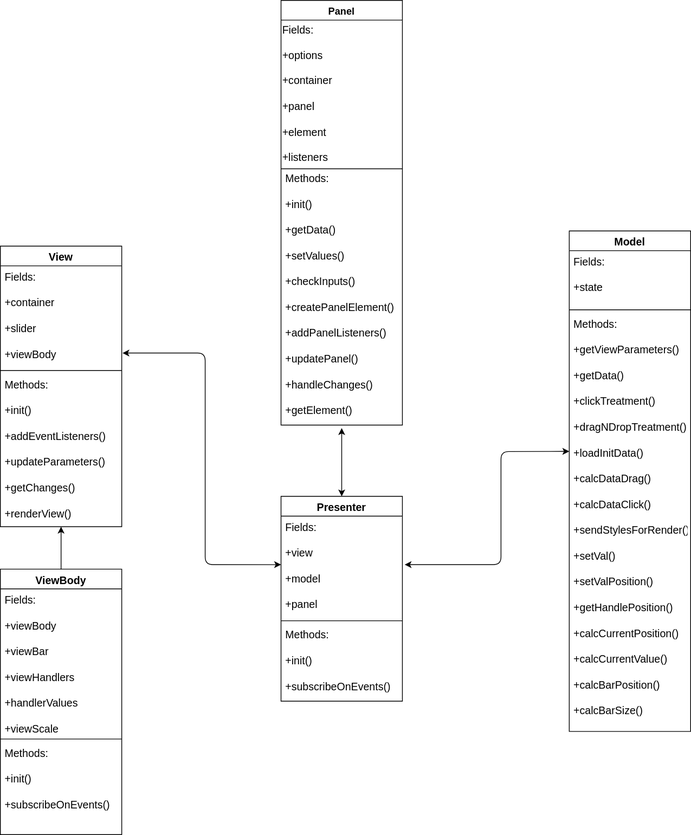
Above: source/Untitled Diagram.svg in shimonevt/FSD-Project-2 (draw.io), before the change. Source tidied: cells renumbered, new cells last; positions are measured from the earlier drawing's top-left corner, leaving out a move shared by most shapes.
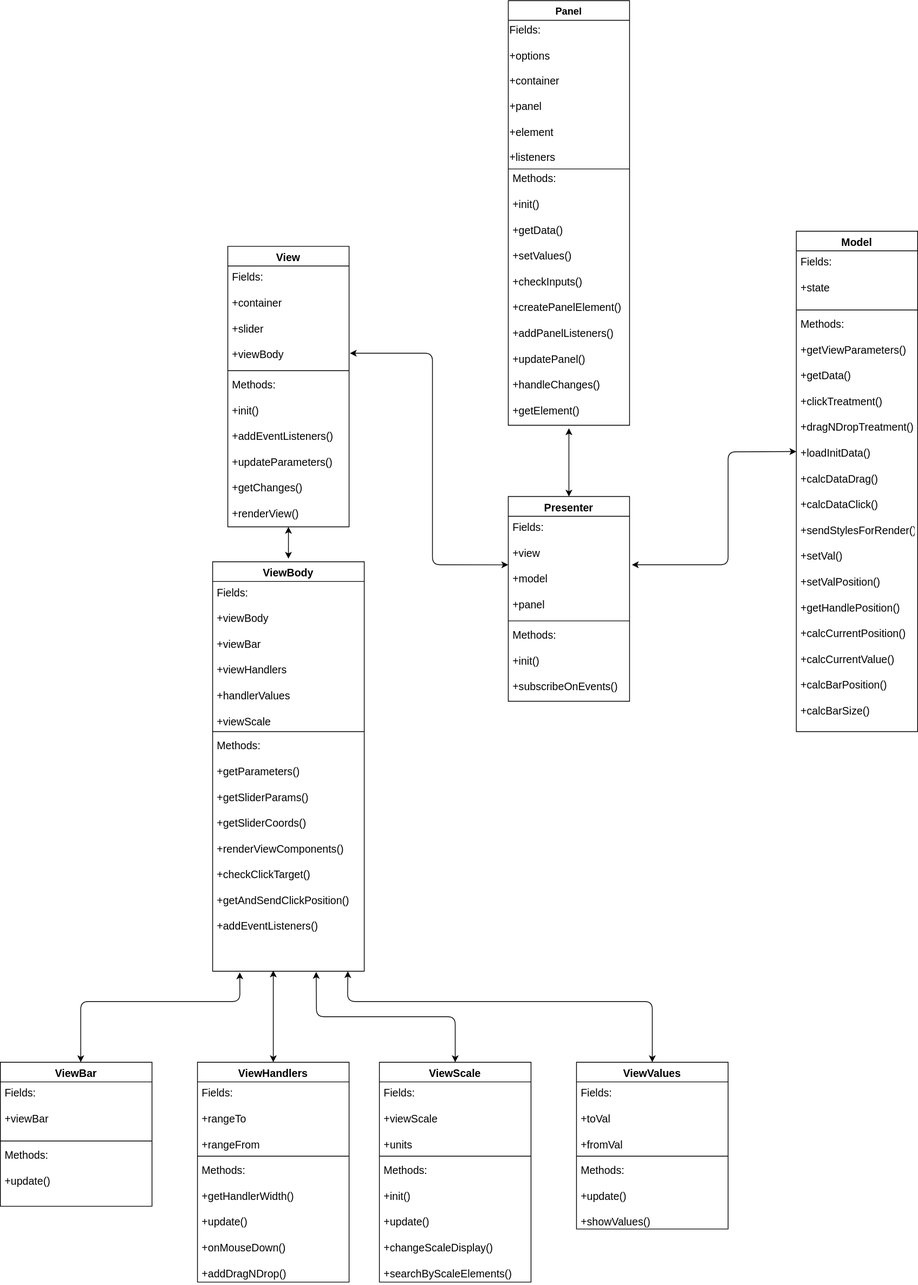
The same diagram one commit later.

Change to the diagram source:
```diff
@@ -78,21 +78,96 @@
     </mxCell>
     <mxCell id="21" style="endArrow=classic;startArrow=classic;html=1;fontSize=14;" parent="1" edge="1">
       <mxGeometry relative="1" as="geometry">
-        <mxPoint x="80" y="760" as="sourcePoint" />
+        <mxPoint x="80" y="736" as="sourcePoint" />
         <mxPoint x="80" y="694" as="targetPoint" />
       </mxGeometry>
     </mxCell>
     <mxCell id="22" value="ViewBody" style="swimlane;fontStyle=1;align=center;verticalAlign=top;horizontal=1;startSize=26;rounded=0;shadow=0;strokeWidth=1;fontSize=14;" parent="1" vertex="1">
-      <mxGeometry y="750" width="160" height="350" as="geometry" />
+      <mxGeometry x="-20" y="740" width="200" height="540" as="geometry" />
     </mxCell>
     <mxCell id="23" value="Fields:&#10;&#10;+viewBody&#10;&#10;+viewBar&#10;&#10;+viewHandlers&#10;&#10;+handlerValues&#10;&#10;+viewScale" style="text;align=left;verticalAlign=top;spacingLeft=4;spacingRight=4;overflow=hidden;fontSize=14;" parent="22" vertex="1">
-      <mxGeometry y="26" width="160" height="194" as="geometry" />
+      <mxGeometry y="26" width="200" height="194" as="geometry" />
     </mxCell>
     <mxCell id="24" style="line;html=1;strokeWidth=1;align=left;verticalAlign=middle;spacingTop=-1;spacingLeft=3;spacingRight=3;labelPosition=right;" parent="22" vertex="1">
-      <mxGeometry y="220" width="160" height="8" as="geometry" />
+      <mxGeometry y="220" width="200" height="8" as="geometry" />
     </mxCell>
-    <mxCell id="25" value="Methods:&#10;&#10;+init()&#10;&#10;+subscribeOnEvents()" style="text;align=left;verticalAlign=top;spacingLeft=4;spacingRight=4;overflow=hidden;points=[[0,0.5],[1,0.5]];portConstraint=eastwest;fontSize=14;" parent="22" vertex="1">
-      <mxGeometry y="228" width="160" height="102" as="geometry" />
+    <mxCell id="25" value="Methods:&#10;&#10;+getParameters()&#10;&#10;+getSliderParams()&#10;&#10;+getSliderCoords()&#10;&#10;+renderViewComponents()&#10;&#10;+checkClickTarget()&#10;&#10;+getAndSendClickPosition()&#10;&#10;+addEventListeners()" style="text;align=left;verticalAlign=top;spacingLeft=4;spacingRight=4;overflow=hidden;points=[[0,0.5],[1,0.5]];portConstraint=eastwest;fontSize=14;" parent="22" vertex="1">
+      <mxGeometry y="228" width="200" height="312" as="geometry" />
     </mxCell>
+    <mxCell id="26" value="ViewBar" style="swimlane;fontStyle=1;align=center;verticalAlign=top;horizontal=1;startSize=26;rounded=0;shadow=0;strokeWidth=1;fontSize=14;" parent="1" vertex="1">
+      <mxGeometry x="-300" y="1400" width="200" height="190" as="geometry" />
+    </mxCell>
+    <mxCell id="27" value="Fields:&#10;&#10;+viewBar&#10;" style="text;align=left;verticalAlign=top;spacingLeft=4;spacingRight=4;overflow=hidden;fontSize=14;" parent="26" vertex="1">
+      <mxGeometry y="26" width="200" height="74" as="geometry" />
+    </mxCell>
+    <mxCell id="28" style="line;html=1;strokeWidth=1;align=left;verticalAlign=middle;spacingTop=-1;spacingLeft=3;spacingRight=3;labelPosition=right;" parent="26" vertex="1">
+      <mxGeometry y="100" width="200" height="8" as="geometry" />
+    </mxCell>
+    <mxCell id="29" value="Methods:&#10;&#10;+update()&#10;" style="text;align=left;verticalAlign=top;spacingLeft=4;spacingRight=4;overflow=hidden;fontSize=14;" parent="26" vertex="1">
+      <mxGeometry y="108" width="200" height="82" as="geometry" />
+    </mxCell>
+    <mxCell id="30" style="endArrow=classic;startArrow=classic;html=1;fontSize=14;entryX=0.179;entryY=1.005;entryDx=0;entryDy=0;entryPerimeter=0;exitX=0.53;exitY=0;exitDx=0;exitDy=0;exitPerimeter=0;" parent="1" edge="1" source="26" target="25">
+      <mxGeometry relative="1" as="geometry">
+        <Array as="points">
+          <mxPoint x="-194" y="1320" />
+          <mxPoint x="16" y="1320" />
+        </Array>
+      </mxGeometry>
+    </mxCell>
+    <mxCell id="31" value="ViewHandlers" style="swimlane;fontStyle=1;align=center;verticalAlign=top;horizontal=1;startSize=26;rounded=0;shadow=0;strokeWidth=1;fontSize=14;" parent="1" vertex="1">
+      <mxGeometry x="-40" y="1400" width="200" height="290" as="geometry" />
+    </mxCell>
+    <mxCell id="32" value="Fields:&#10;&#10;+rangeTo&#10;&#10;+rangeFrom&#10;" style="text;align=left;verticalAlign=top;spacingLeft=4;spacingRight=4;overflow=hidden;fontSize=14;" parent="31" vertex="1">
+      <mxGeometry y="26" width="200" height="94" as="geometry" />
+    </mxCell>
+    <mxCell id="33" style="line;html=1;strokeWidth=1;align=left;verticalAlign=middle;spacingTop=-1;spacingLeft=3;spacingRight=3;labelPosition=right;" parent="31" vertex="1">
+      <mxGeometry y="120" width="200" height="8" as="geometry" />
+    </mxCell>
+    <mxCell id="34" value="Methods:&#10;&#10;+getHandlerWidth()&#10;&#10;+update()&#10;&#10;+onMouseDown()&#10;&#10;+addDragNDrop()&#10;" style="text;align=left;verticalAlign=top;spacingLeft=4;spacingRight=4;overflow=hidden;fontSize=14;" parent="31" vertex="1">
+      <mxGeometry y="128" width="200" height="162" as="geometry" />
+    </mxCell>
+    <mxCell id="35" value="ViewScale" style="swimlane;fontStyle=1;align=center;verticalAlign=top;horizontal=1;startSize=26;rounded=0;shadow=0;strokeWidth=1;fontSize=14;" parent="1" vertex="1">
+      <mxGeometry x="200" y="1400" width="200" height="290" as="geometry" />
+    </mxCell>
+    <mxCell id="36" value="Fields:&#10;&#10;+viewScale&#10;&#10;+units&#10;" style="text;align=left;verticalAlign=top;spacingLeft=4;spacingRight=4;overflow=hidden;fontSize=14;" parent="35" vertex="1">
+      <mxGeometry y="26" width="200" height="94" as="geometry" />
+    </mxCell>
+    <mxCell id="37" style="line;html=1;strokeWidth=1;align=left;verticalAlign=middle;spacingTop=-1;spacingLeft=3;spacingRight=3;labelPosition=right;" parent="35" vertex="1">
+      <mxGeometry y="120" width="200" height="8" as="geometry" />
+    </mxCell>
+    <mxCell id="38" value="Methods:&#10;&#10;+init()&#10;&#10;+update()&#10;&#10;+changeScaleDisplay()&#10;&#10;+searchByScaleElements()&#10;" style="text;align=left;verticalAlign=top;spacingLeft=4;spacingRight=4;overflow=hidden;fontSize=14;" parent="35" vertex="1">
+      <mxGeometry y="128" width="200" height="162" as="geometry" />
+    </mxCell>
+    <mxCell id="39" value="ViewValues" style="swimlane;fontStyle=1;align=center;verticalAlign=top;horizontal=1;startSize=26;rounded=0;shadow=0;strokeWidth=1;fontSize=14;" parent="1" vertex="1">
+      <mxGeometry x="460" y="1400" width="200" height="220" as="geometry" />
+    </mxCell>
+    <mxCell id="40" value="Fields:&#10;&#10;+toVal&#10;&#10;+fromVal&#10;" style="text;align=left;verticalAlign=top;spacingLeft=4;spacingRight=4;overflow=hidden;fontSize=14;" parent="39" vertex="1">
+      <mxGeometry y="26" width="200" height="94" as="geometry" />
+    </mxCell>
+    <mxCell id="41" style="line;html=1;strokeWidth=1;align=left;verticalAlign=middle;spacingTop=-1;spacingLeft=3;spacingRight=3;labelPosition=right;" parent="39" vertex="1">
+      <mxGeometry y="120" width="200" height="8" as="geometry" />
+    </mxCell>
+    <mxCell id="42" value="Methods:&#10;&#10;+update()&#10;&#10;+showValues()" style="text;align=left;verticalAlign=top;spacingLeft=4;spacingRight=4;overflow=hidden;fontSize=14;" parent="39" vertex="1">
+      <mxGeometry y="128" width="200" height="92" as="geometry" />
+    </mxCell>
+    <mxCell id="43" style="endArrow=classic;startArrow=classic;html=1;fontSize=14;entryX=0.4;entryY=0.997;entryDx=0;entryDy=0;entryPerimeter=0;exitX=0.5;exitY=0;exitDx=0;exitDy=0;" parent="1" edge="1" source="31" target="25">
+      <mxGeometry relative="1" as="geometry" />
+    </mxCell>
+    <mxCell id="44" style="endArrow=classic;startArrow=classic;html=1;fontSize=14;entryX=0.683;entryY=1.003;entryDx=0;entryDy=0;entryPerimeter=0;exitX=0.5;exitY=0;exitDx=0;exitDy=0;" parent="1" edge="1" source="35" target="25">
+      <mxGeometry relative="1" as="geometry">
+        <Array as="points">
+          <mxPoint x="300" y="1340" />
+          <mxPoint x="117" y="1340" />
+        </Array>
+      </mxGeometry>
+    </mxCell>
+    <mxCell id="45" style="endArrow=classic;startArrow=classic;html=1;fontSize=14;entryX=0.892;entryY=1;entryDx=0;entryDy=0;entryPerimeter=0;exitX=0.5;exitY=0;exitDx=0;exitDy=0;" parent="1" edge="1" source="39" target="25">
+      <mxGeometry relative="1" as="geometry">
+        <Array as="points">
+          <mxPoint x="560" y="1320" />
+          <mxPoint x="158" y="1320" />
+        </Array>
+      </mxGeometry>
+    </mxCell>
   </root>
 </mxGraphModel>
```
